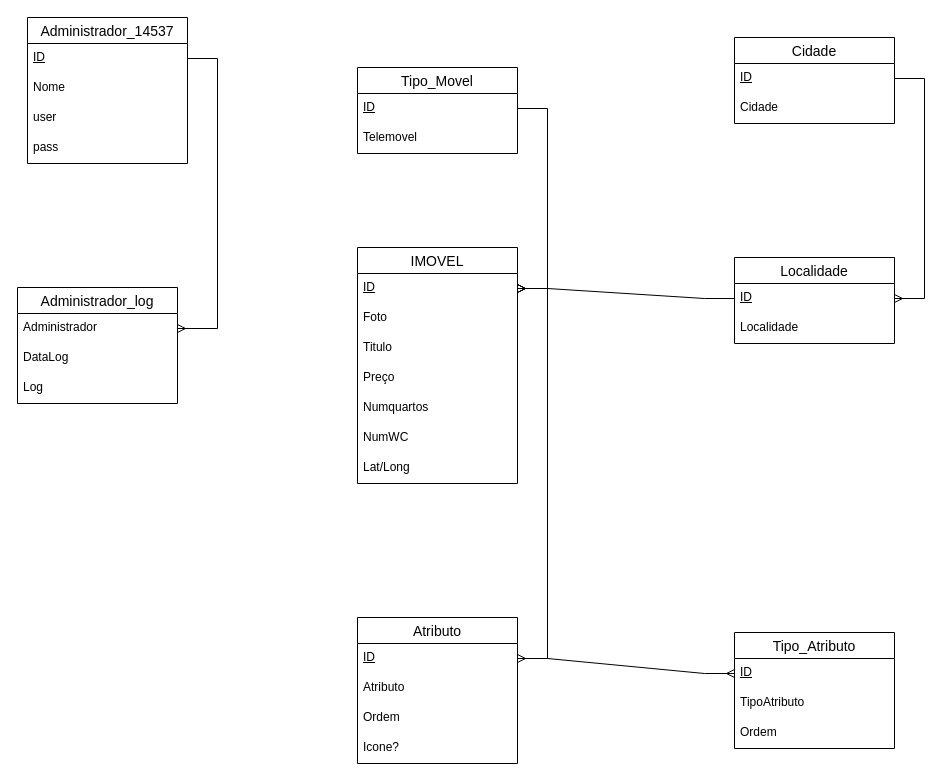
This is 2P-PROG-UFCD-0811-TRABALHO1-14537.drawio from sc6as/diagrama_escolar.drawio, a draw.io file, before an edit. Source tidied: cells renumbered, new cells numbered last; positions are measured from the earlier drawing's top-left corner, leaving out a move shared by most shapes. Both pictures are drawn from the tidied source at 100%, with x=0, y=0 at pixel (17, 17).
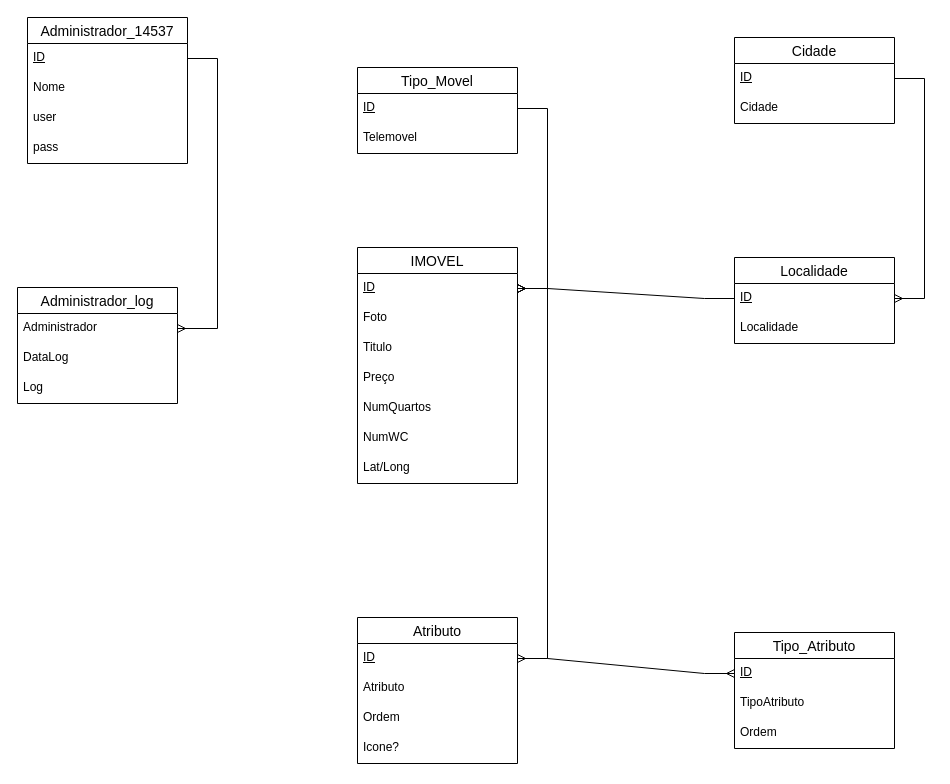
After the change.

Unchanged cells that the change refers to:
```xml
<mxCell id="14" value="IMOVEL" style="swimlane;fontStyle=0;horizontal=1;startSize=26;align=center;fontSize=14;" parent="1" vertex="1">
  <mxGeometry x="340" y="230" width="160" height="236" as="geometry" />
</mxCell>
```

What changed in the source:
```diff
@@
-    <mxCell id="19" value="Numquartos" style="text;strokeColor=none;fillColor=none;spacingLeft=4;spacingRight=4;overflow=hidden;fontSize=12;whiteSpace=wrap;html=1;" parent="14" vertex="1">
+    <mxCell id="19" value="NumQuartos" style="text;strokeColor=none;fillColor=none;spacingLeft=4;spacingRight=4;overflow=hidden;fontSize=12;whiteSpace=wrap;html=1;" parent="14" vertex="1">
       <mxGeometry y="146" width="160" height="30" as="geometry" />
     </mxCell>
```
